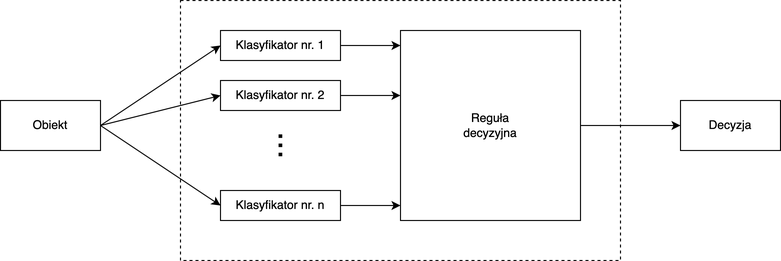
Above: images/ParallelEnsemble.png in pawel150199/praca-dyplomowa (draw.io), before the change. Source tidied: cells renumbered, new cells last; positions are measured from the earlier drawing's top-left corner, leaving out a move shared by most shapes. The source it was exported from:
```xml
<mxGraphModel>
  <root>
    <mxCell id="0" />
    <mxCell id="1" parent="0" />
    <mxCell id="2" style="rounded=0;whiteSpace=wrap;html=1;fontSize=12;dashed=1;" parent="1" vertex="1">
      <mxGeometry x="180" width="440" height="260" as="geometry" />
    </mxCell>
    <mxCell id="3" style="rounded=0;whiteSpace=wrap;html=1;fontSize=12;" parent="1" vertex="1">
      <mxGeometry y="100" width="100" height="50" as="geometry" />
    </mxCell>
    <mxCell id="4" style="rounded=0;whiteSpace=wrap;html=1;fontSize=12;" parent="1" vertex="1">
      <mxGeometry x="220" y="30" width="120" height="30" as="geometry" />
    </mxCell>
    <mxCell id="5" style="rounded=0;whiteSpace=wrap;html=1;fontSize=12;" parent="1" vertex="1">
      <mxGeometry x="220" y="80" width="120" height="30" as="geometry" />
    </mxCell>
    <mxCell id="6" style="rounded=0;whiteSpace=wrap;html=1;fontSize=12;" parent="1" vertex="1">
      <mxGeometry x="220" y="190" width="120" height="30" as="geometry" />
    </mxCell>
    <mxCell id="7" value="Klasyfikator nr. 1" style="text;html=1;strokeColor=none;fillColor=none;align=center;verticalAlign=middle;whiteSpace=wrap;rounded=0;dashed=1;fontSize=12;" parent="1" vertex="1">
      <mxGeometry x="230" y="30" width="100" height="30" as="geometry" />
    </mxCell>
    <mxCell id="8" value="Klasyfikator nr. 2" style="text;html=1;strokeColor=none;fillColor=none;align=center;verticalAlign=middle;whiteSpace=wrap;rounded=0;dashed=1;fontSize=12;" parent="1" vertex="1">
      <mxGeometry x="230" y="80" width="100" height="30" as="geometry" />
    </mxCell>
    <mxCell id="9" value="Klasyfikator nr. n" style="text;html=1;strokeColor=none;fillColor=none;align=center;verticalAlign=middle;whiteSpace=wrap;rounded=0;fontSize=12;" parent="1" vertex="1">
      <mxGeometry x="230" y="190" width="100" height="30" as="geometry" />
    </mxCell>
    <mxCell id="10" style="endArrow=classic;html=1;rounded=0;fontSize=12;exitX=1;exitY=0.5;exitDx=0;exitDy=0;entryX=0;entryY=0.5;entryDx=0;entryDy=0;" parent="1" edge="1" source="3" target="4">
      <mxGeometry relative="1" as="geometry" />
    </mxCell>
    <mxCell id="11" style="endArrow=classic;html=1;rounded=0;fontSize=12;exitX=1;exitY=0.5;exitDx=0;exitDy=0;entryX=0;entryY=0.5;entryDx=0;entryDy=0;" parent="1" edge="1" source="3" target="5">
      <mxGeometry relative="1" as="geometry" />
    </mxCell>
    <mxCell id="12" style="endArrow=classic;html=1;rounded=0;fontSize=12;exitX=1;exitY=0.5;exitDx=0;exitDy=0;entryX=0;entryY=0.5;entryDx=0;entryDy=0;" parent="1" edge="1" source="3" target="6">
      <mxGeometry relative="1" as="geometry" />
    </mxCell>
    <mxCell id="13" value="&lt;font style=&quot;font-size: 33px;&quot;&gt;...&lt;/font&gt;" style="text;html=1;strokeColor=none;fillColor=none;align=center;verticalAlign=middle;whiteSpace=wrap;rounded=0;dashed=1;fontSize=12;rotation=90;" parent="1" vertex="1">
      <mxGeometry x="290" y="110" height="70" as="geometry" />
    </mxCell>
    <mxCell id="14" value="Obiekt" style="text;html=1;strokeColor=none;fillColor=none;align=center;verticalAlign=middle;whiteSpace=wrap;rounded=0;fontSize=12;fontStyle=0;" parent="1" vertex="1">
      <mxGeometry x="20" y="110" width="60" height="30" as="geometry" />
    </mxCell>
    <mxCell id="15" style="rounded=0;whiteSpace=wrap;html=1;fontSize=12;" parent="1" vertex="1">
      <mxGeometry x="400" y="30" width="180" height="190" as="geometry" />
    </mxCell>
    <mxCell id="16" value="Reguła decyzyjna" style="text;html=1;strokeColor=none;fillColor=none;align=center;verticalAlign=middle;whiteSpace=wrap;rounded=0;dashed=1;fontSize=12;" parent="1" vertex="1">
      <mxGeometry x="460" y="110" width="60" height="30" as="geometry" />
    </mxCell>
    <mxCell id="17" style="endArrow=classic;html=1;rounded=0;fontSize=12;entryX=0;entryY=0.079;entryDx=0;entryDy=0;entryPerimeter=0;exitX=1;exitY=0.5;exitDx=0;exitDy=0;" parent="1" edge="1" source="4" target="15">
      <mxGeometry relative="1" as="geometry" />
    </mxCell>
    <mxCell id="18" style="endArrow=classic;html=1;rounded=0;fontSize=12;entryX=0;entryY=0.342;entryDx=0;entryDy=0;entryPerimeter=0;exitX=1;exitY=0.5;exitDx=0;exitDy=0;" parent="1" edge="1" source="5" target="15">
      <mxGeometry relative="1" as="geometry" />
    </mxCell>
    <mxCell id="19" style="endArrow=classic;html=1;rounded=0;fontSize=12;exitX=1;exitY=0.5;exitDx=0;exitDy=0;" parent="1" edge="1" source="6">
      <mxGeometry relative="1" as="geometry">
        <mxPoint x="400" y="205" as="targetPoint" />
      </mxGeometry>
    </mxCell>
    <mxCell id="20" style="rounded=0;whiteSpace=wrap;html=1;fontSize=12;" parent="1" vertex="1">
      <mxGeometry x="680" y="100" width="100" height="50" as="geometry" />
    </mxCell>
    <mxCell id="21" value="Decyzja" style="text;html=1;strokeColor=none;fillColor=none;align=center;verticalAlign=middle;whiteSpace=wrap;rounded=0;dashed=1;fontSize=12;" parent="1" vertex="1">
      <mxGeometry x="700" y="110" width="60" height="30" as="geometry" />
    </mxCell>
    <mxCell id="22" style="endArrow=classic;html=1;rounded=0;fontSize=12;entryX=0;entryY=0.5;entryDx=0;entryDy=0;" parent="1" edge="1" target="20">
      <mxGeometry relative="1" as="geometry">
        <mxPoint x="580" y="125" as="sourcePoint" />
      </mxGeometry>
    </mxCell>
  </root>
</mxGraphModel>
```
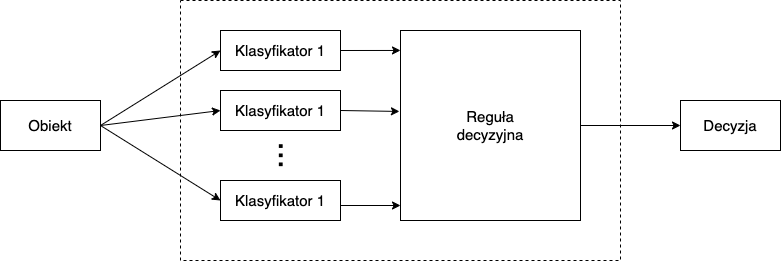
Above is the later version.

What changed in the source:
```diff
@@ -9,59 +9,48 @@
       <mxGeometry y="100" width="100" height="50" as="geometry" />
     </mxCell>
     <mxCell id="4" style="rounded=0;whiteSpace=wrap;html=1;fontSize=12;" parent="1" vertex="1">
-      <mxGeometry x="220" y="30" width="120" height="30" as="geometry" />
+      <mxGeometry x="220" y="30" width="120" height="40" as="geometry" />
     </mxCell>
-    <mxCell id="5" style="rounded=0;whiteSpace=wrap;html=1;fontSize=12;" parent="1" vertex="1">
-      <mxGeometry x="220" y="80" width="120" height="30" as="geometry" />
-    </mxCell>
-    <mxCell id="6" style="rounded=0;whiteSpace=wrap;html=1;fontSize=12;" parent="1" vertex="1">
-      <mxGeometry x="220" y="190" width="120" height="30" as="geometry" />
-    </mxCell>
-    <mxCell id="7" value="Klasyfikator nr. 1" style="text;html=1;strokeColor=none;fillColor=none;align=center;verticalAlign=middle;whiteSpace=wrap;rounded=0;dashed=1;fontSize=12;" parent="1" vertex="1">
-      <mxGeometry x="230" y="30" width="100" height="30" as="geometry" />
+    <mxCell id="7" value="Klasyfikator 1" style="text;html=1;strokeColor=none;fillColor=none;align=center;verticalAlign=middle;whiteSpace=wrap;rounded=0;dashed=1;fontSize=15;" parent="1" vertex="1">
+      <mxGeometry x="230" y="40" width="100" height="20" as="geometry" />
     </mxCell>
-    <mxCell id="8" value="Klasyfikator nr. 2" style="text;html=1;strokeColor=none;fillColor=none;align=center;verticalAlign=middle;whiteSpace=wrap;rounded=0;dashed=1;fontSize=12;" parent="1" vertex="1">
-      <mxGeometry x="230" y="80" width="100" height="30" as="geometry" />
-    </mxCell>
-    <mxCell id="9" value="Klasyfikator nr. n" style="text;html=1;strokeColor=none;fillColor=none;align=center;verticalAlign=middle;whiteSpace=wrap;rounded=0;fontSize=12;" parent="1" vertex="1">
-      <mxGeometry x="230" y="190" width="100" height="30" as="geometry" />
-    </mxCell>
     <mxCell id="10" style="endArrow=classic;html=1;rounded=0;fontSize=12;exitX=1;exitY=0.5;exitDx=0;exitDy=0;entryX=0;entryY=0.5;entryDx=0;entryDy=0;" parent="1" edge="1" source="3" target="4">
       <mxGeometry relative="1" as="geometry" />
     </mxCell>
-    <mxCell id="11" style="endArrow=classic;html=1;rounded=0;fontSize=12;exitX=1;exitY=0.5;exitDx=0;exitDy=0;entryX=0;entryY=0.5;entryDx=0;entryDy=0;" parent="1" edge="1" source="3" target="5">
+    <mxCell id="11" style="endArrow=classic;html=1;rounded=0;fontSize=12;exitX=1;exitY=0.5;exitDx=0;exitDy=0;entryX=0;entryY=0.5;entryDx=0;entryDy=0;" parent="1" edge="1" source="3" target="23">
       <mxGeometry relative="1" as="geometry" />
     </mxCell>
-    <mxCell id="12" style="endArrow=classic;html=1;rounded=0;fontSize=12;exitX=1;exitY=0.5;exitDx=0;exitDy=0;entryX=0;entryY=0.5;entryDx=0;entryDy=0;" parent="1" edge="1" source="3" target="6">
+    <mxCell id="12" style="endArrow=classic;html=1;rounded=0;fontSize=12;exitX=1;exitY=0.5;exitDx=0;exitDy=0;entryX=0;entryY=0.5;entryDx=0;entryDy=0;" parent="1" edge="1" source="3" target="25">
       <mxGeometry relative="1" as="geometry" />
     </mxCell>
     <mxCell id="13" value="&lt;font style=&quot;font-size: 33px;&quot;&gt;...&lt;/font&gt;" style="text;html=1;strokeColor=none;fillColor=none;align=center;verticalAlign=middle;whiteSpace=wrap;rounded=0;dashed=1;fontSize=12;rotation=90;" parent="1" vertex="1">
-      <mxGeometry x="290" y="110" height="70" as="geometry" />
+      <mxGeometry x="290" y="120" height="70" as="geometry" />
     </mxCell>
-    <mxCell id="14" value="Obiekt" style="text;html=1;strokeColor=none;fillColor=none;align=center;verticalAlign=middle;whiteSpace=wrap;rounded=0;fontSize=12;fontStyle=0;" parent="1" vertex="1">
+    <mxCell id="14" value="Obiekt" style="text;html=1;strokeColor=none;fillColor=none;align=center;verticalAlign=middle;whiteSpace=wrap;rounded=0;fontSize=15;fontStyle=0;" parent="1" vertex="1">
       <mxGeometry x="20" y="110" width="60" height="30" as="geometry" />
     </mxCell>
     <mxCell id="15" style="rounded=0;whiteSpace=wrap;html=1;fontSize=12;" parent="1" vertex="1">
       <mxGeometry x="400" y="30" width="180" height="190" as="geometry" />
     </mxCell>
-    <mxCell id="16" value="Reguła decyzyjna" style="text;html=1;strokeColor=none;fillColor=none;align=center;verticalAlign=middle;whiteSpace=wrap;rounded=0;dashed=1;fontSize=12;" parent="1" vertex="1">
+    <mxCell id="16" value="Reguła decyzyjna" style="text;html=1;strokeColor=none;fillColor=none;align=center;verticalAlign=middle;whiteSpace=wrap;rounded=0;dashed=1;fontSize=15;" parent="1" vertex="1">
       <mxGeometry x="460" y="110" width="60" height="30" as="geometry" />
     </mxCell>
-    <mxCell id="17" style="endArrow=classic;html=1;rounded=0;fontSize=12;entryX=0;entryY=0.079;entryDx=0;entryDy=0;entryPerimeter=0;exitX=1;exitY=0.5;exitDx=0;exitDy=0;" parent="1" edge="1" source="4" target="15">
+    <mxCell id="17" style="endArrow=classic;html=1;rounded=0;fontSize=12;entryX=0;entryY=0.105;entryDx=0;entryDy=0;entryPerimeter=0;exitX=1;exitY=0.5;exitDx=0;exitDy=0;" parent="1" edge="1" source="4" target="15">
       <mxGeometry relative="1" as="geometry" />
     </mxCell>
-    <mxCell id="18" style="endArrow=classic;html=1;rounded=0;fontSize=12;entryX=0;entryY=0.342;entryDx=0;entryDy=0;entryPerimeter=0;exitX=1;exitY=0.5;exitDx=0;exitDy=0;" parent="1" edge="1" source="5" target="15">
+    <mxCell id="18" style="endArrow=classic;html=1;rounded=0;fontSize=12;entryX=-0.006;entryY=0.426;entryDx=0;entryDy=0;entryPerimeter=0;exitX=1;exitY=0.5;exitDx=0;exitDy=0;" parent="1" edge="1" source="23" target="15">
       <mxGeometry relative="1" as="geometry" />
     </mxCell>
-    <mxCell id="19" style="endArrow=classic;html=1;rounded=0;fontSize=12;exitX=1;exitY=0.5;exitDx=0;exitDy=0;" parent="1" edge="1" source="6">
+    <mxCell id="19" style="endArrow=classic;html=1;rounded=0;fontSize=12;exitX=1;exitY=0.5;exitDx=0;exitDy=0;" parent="1" edge="1">
       <mxGeometry relative="1" as="geometry">
+        <mxPoint x="340" y="205" as="sourcePoint" />
         <mxPoint x="400" y="205" as="targetPoint" />
       </mxGeometry>
     </mxCell>
     <mxCell id="20" style="rounded=0;whiteSpace=wrap;html=1;fontSize=12;" parent="1" vertex="1">
       <mxGeometry x="680" y="100" width="100" height="50" as="geometry" />
     </mxCell>
-    <mxCell id="21" value="Decyzja" style="text;html=1;strokeColor=none;fillColor=none;align=center;verticalAlign=middle;whiteSpace=wrap;rounded=0;dashed=1;fontSize=12;" parent="1" vertex="1">
+    <mxCell id="21" value="Decyzja" style="text;html=1;strokeColor=none;fillColor=none;align=center;verticalAlign=middle;whiteSpace=wrap;rounded=0;dashed=1;fontSize=15;" parent="1" vertex="1">
       <mxGeometry x="700" y="110" width="60" height="30" as="geometry" />
     </mxCell>
     <mxCell id="22" style="endArrow=classic;html=1;rounded=0;fontSize=12;entryX=0;entryY=0.5;entryDx=0;entryDy=0;" parent="1" edge="1" target="20">
@@ -69,5 +58,17 @@
         <mxPoint x="580" y="125" as="sourcePoint" />
       </mxGeometry>
     </mxCell>
+    <mxCell id="23" style="rounded=0;whiteSpace=wrap;html=1;fontSize=12;" parent="1" vertex="1">
+      <mxGeometry x="220" y="90" width="120" height="40" as="geometry" />
+    </mxCell>
+    <mxCell id="24" value="Klasyfikator 1" style="text;html=1;strokeColor=none;fillColor=none;align=center;verticalAlign=middle;whiteSpace=wrap;rounded=0;dashed=1;fontSize=15;" parent="1" vertex="1">
+      <mxGeometry x="230" y="100" width="100" height="20" as="geometry" />
+    </mxCell>
+    <mxCell id="25" style="rounded=0;whiteSpace=wrap;html=1;fontSize=12;" parent="1" vertex="1">
+      <mxGeometry x="220" y="180" width="120" height="40" as="geometry" />
+    </mxCell>
+    <mxCell id="26" value="Klasyfikator 1" style="text;html=1;strokeColor=none;fillColor=none;align=center;verticalAlign=middle;whiteSpace=wrap;rounded=0;dashed=1;fontSize=15;" parent="1" vertex="1">
+      <mxGeometry x="230" y="190" width="100" height="20" as="geometry" />
+    </mxCell>
   </root>
 </mxGraphModel>
```
